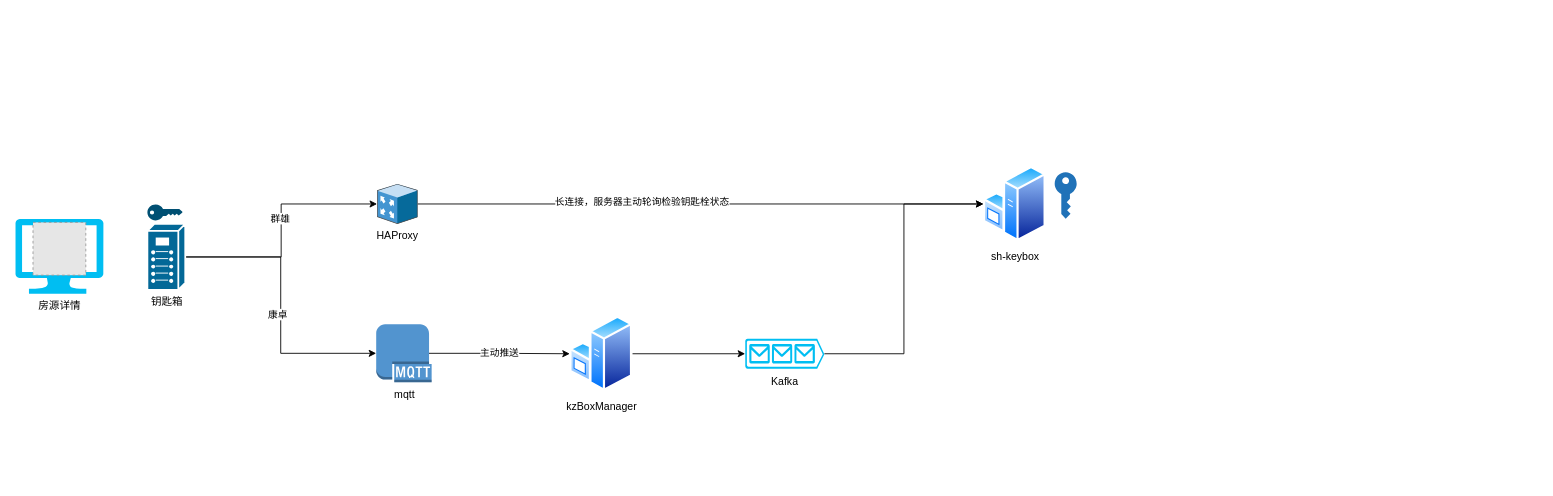
This is keybox.drawio from yangsp1/yangsp1.github.io, a draw.io file, before an edit. Source tidied: cells renumbered, new cells numbered last; positions are measured from the earlier drawing's top-left corner, leaving out a move shared by most shapes. Both pictures are drawn from the tidied source at 88%, with x=0, y=0 at pixel (15, 165). Pictures stored in the file or linked from it are replaced by grey dashed boxes.
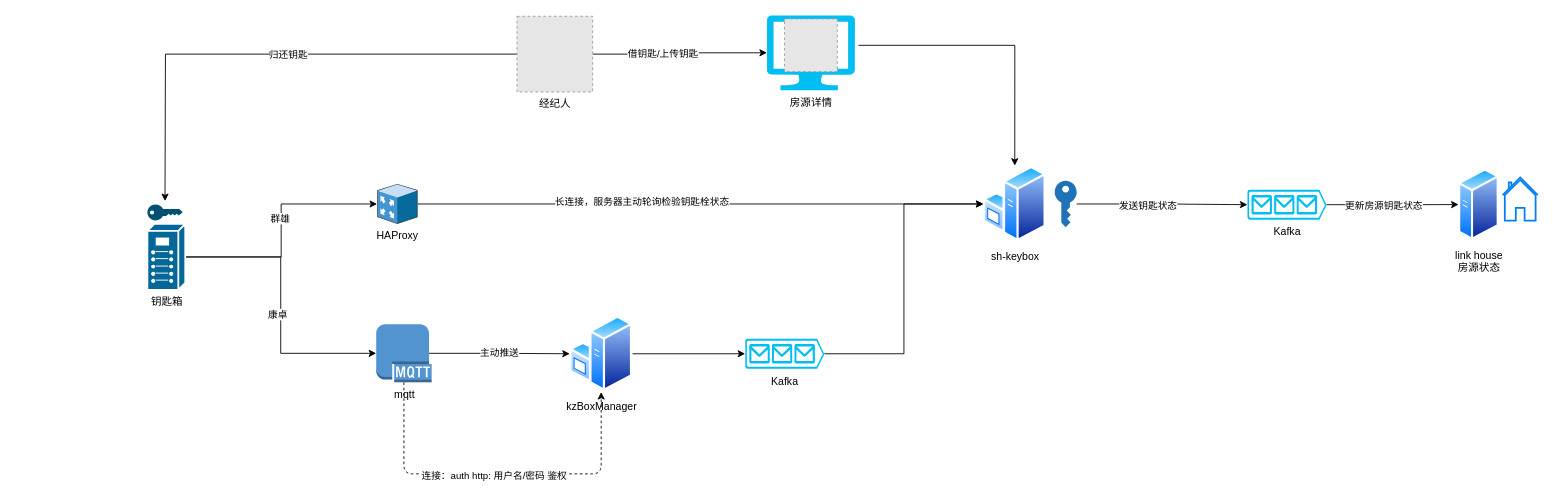
The same diagram, later.

The change refers to these unchanged cells:
```xml
<mxCell id="8" value="sh-keybox" style="perimeter=ellipsePerimeter;html=1;align=center;shadow=0;dashed=0;spacingTop=3;image;image=img/lib/active_directory/windows_server.svg;" parent="1" vertex="1">
  <mxGeometry x="1100" y="-0.2" width="71.3" height="87" as="geometry" />
</mxCell>
<mxCell id="14" value="mqtt" style="outlineConnect=0;dashed=0;verticalLabelPosition=bottom;verticalAlign=top;align=center;html=1;shape=mxgraph.aws3.mqtt_protocol;fillColor=#5294CF;gradientColor=none;" parent="1" vertex="1">
  <mxGeometry x="410" y="180" width="63" height="66" as="geometry" />
</mxCell>
<mxCell id="17" value="kzBoxManager" style="perimeter=ellipsePerimeter;html=1;align=center;shadow=0;dashed=0;spacingTop=3;image;image=img/lib/active_directory/windows_server.svg;" parent="1" vertex="1">
  <mxGeometry x="630" y="170" width="71.3" height="87" as="geometry" />
</mxCell>
```

The edit, as a diff of the source:
```diff
@@
     <mxCell id="6" value="房源详情" style="verticalLabelPosition=bottom;html=1;verticalAlign=top;align=center;strokeColor=none;fillColor=#00BEF2;shape=mxgraph.azure.computer;" parent="1" vertex="1">
-      <mxGeometry y="60.2" width="100" height="85" as="geometry" />
+      <mxGeometry x="854" y="-171" width="100" height="85" as="geometry" />
     </mxCell>
+    <mxCell id="21" style="edgeStyle=orthogonalEdgeStyle;rounded=0;jettySize=auto;html=1;entryX=0.5;entryY=0;entryDx=0;entryDy=0;exitX=1.04;exitY=0.4;exitDx=0;exitDy=0;exitPerimeter=0;" parent="1" edge="1" source="6" target="8">
+      <mxGeometry relative="1" as="geometry" />
+    </mxCell>
     <mxCell id="7" style="fillColor=#E6E6E6;strokeColor=#999999;dashed=1;html=1;verticalAlign=top;verticalLabelPosition=bottom;labelBackgroundColor=#ffffff;" parent="1" vertex="1">
-      <mxGeometry x="20" y="64.2" width="60" height="60" as="geometry" />
+      <mxGeometry x="874" y="-167" width="60" height="60" as="geometry" />
     </mxCell>
@@
+    <mxCell id="22" style="edgeStyle=orthogonalEdgeStyle;rounded=0;jettySize=auto;html=1;entryX=0;entryY=0.5;entryDx=0;entryDy=0;entryPerimeter=0;" parent="1" edge="1" source="9" target="28">
+      <mxGeometry relative="1" as="geometry" />
+    </mxCell>
+    <mxCell id="23" value="发送钥匙状态" style="edgeLabel;html=1;align=center;verticalAlign=middle;" parent="22" vertex="1">
+      <mxGeometry x="-0.18" y="-1" relative="1" as="geometry" />
+    </mxCell>
     <mxCell id="9" style="shadow=0;dashed=0;html=1;strokeColor=none;labelPosition=center;verticalLabelPosition=bottom;verticalAlign=top;outlineConnect=0;align=center;shape=mxgraph.office.security.key_permissions;fillColor=#2072B8;" parent="1" vertex="1">
-      <mxGeometry x="1181" y="7.2" width="25" height="53" as="geometry" />
+      <mxGeometry x="1181" y="16.8" width="25" height="53" as="geometry" />
     </mxCell>
@@
+    <mxCell id="24" style="html=1;verticalLabelPosition=bottom;align=center;labelBackgroundColor=#ffffff;verticalAlign=top;strokeWidth=2;strokeColor=#0080F0;shadow=0;dashed=0;shape=mxgraph.ios7.icons.home;" parent="1" vertex="1">
+      <mxGeometry x="1690" y="13.1" width="40" height="49" as="geometry" />
+    </mxCell>
+    <mxCell id="25" value="link house&lt;br&gt;房源状态&lt;br&gt;" style="perimeter=ellipsePerimeter;html=1;align=center;shadow=0;dashed=0;spacingTop=3;image;image=img/lib/active_directory/generic_server.svg;" parent="1" vertex="1">
+      <mxGeometry x="1640" y="2.8" width="46.1" height="82.4" as="geometry" />
+    </mxCell>
+    <mxCell id="26" style="edgeStyle=orthogonalEdgeStyle;rounded=0;jettySize=auto;html=1;" parent="1" edge="1" source="28" target="25">
+      <mxGeometry relative="1" as="geometry" />
+    </mxCell>
+    <mxCell id="27" value="更新房源钥匙状态" style="edgeLabel;html=1;align=center;verticalAlign=middle;" parent="26" vertex="1">
+      <mxGeometry x="-0.15" y="-1" relative="1" as="geometry" />
+    </mxCell>
+    <mxCell id="28" value="Kafka" style="verticalLabelPosition=bottom;html=1;verticalAlign=top;align=center;strokeColor=none;fillColor=#00BEF2;shape=mxgraph.azure.queue_generic;" parent="1" vertex="1">
+      <mxGeometry x="1400" y="27.1" width="90" height="34" as="geometry" />
+    </mxCell>
+    <mxCell id="29" style="endArrow=classic;html=1;exitX=0.5;exitY=1;exitDx=0;exitDy=0;exitPerimeter=0;entryX=0.5;entryY=1;entryDx=0;entryDy=0;edgeStyle=orthogonalEdgeStyle;dashed=1;" parent="1" edge="1" source="14" target="17">
+      <mxGeometry relative="1" as="geometry">
+        <Array as="points">
+          <mxPoint x="442" y="350" />
+          <mxPoint x="666" y="350" />
+        </Array>
+      </mxGeometry>
+    </mxCell>
+    <mxCell id="30" value="连接：auth http: 用户名/密码 鉴权" style="edgeLabel;html=1;align=center;verticalAlign=middle;" parent="29" vertex="1">
+      <mxGeometry x="-0.02" y="-1" relative="1" as="geometry" />
+    </mxCell>
+    <mxCell id="31" style="edgeStyle=orthogonalEdgeStyle;rounded=0;jettySize=auto;html=1;entryX=0;entryY=0.5;entryDx=0;entryDy=0;entryPerimeter=0;" parent="1" edge="1" source="35" target="6">
+      <mxGeometry relative="1" as="geometry" />
+    </mxCell>
+    <mxCell id="32" value="借钥匙/上传钥匙" style="edgeLabel;html=1;align=center;verticalAlign=middle;" parent="31" vertex="1">
+      <mxGeometry x="-0.2" y="1" relative="1" as="geometry">
+        <mxPoint x="-1" as="offset" />
+      </mxGeometry>
+    </mxCell>
+    <mxCell id="33" style="edgeStyle=orthogonalEdgeStyle;rounded=0;jettySize=auto;html=1;" parent="1" edge="1" source="35">
+      <mxGeometry relative="1" as="geometry">
+        <mxPoint x="170" y="40" as="targetPoint" />
+      </mxGeometry>
+    </mxCell>
+    <mxCell id="34" value="归还钥匙" style="edgeLabel;html=1;align=center;verticalAlign=middle;" parent="33" vertex="1">
+      <mxGeometry x="-0.08" relative="1" as="geometry" />
+    </mxCell>
+    <mxCell id="35" value="经纪人" style="fillColor=#E6E6E6;strokeColor=#999999;dashed=1;html=1;verticalAlign=top;verticalLabelPosition=bottom;labelBackgroundColor=#ffffff;" parent="1" vertex="1">
+      <mxGeometry x="570" y="-170" width="86" height="86" as="geometry" />
+    </mxCell>
```
